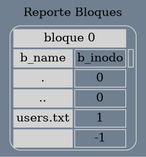
The Graphviz diagram reporteBloque.png in RamiroTelles/MIA_P1_202010044, before a commit. Its source is kept beside it as reporteBloque.dot. Source of this version:
```dot
digraph grid {
 bgcolor="slategrey";
 label=" Reporte Bloques ";
 layout=dot;
 labelloc = "t";
 edge [weight=1000 style=dashed color=red4 dir = "both" arrowtail=open arrowhead=open];
bloque0[shape=none, color=lightgrey, label=<
<TABLE cellspacing="3" cellpadding="2" style="rounded" >
<TR><TD bgcolor="lightgrey" colspan="2">bloque 0</TD></TR>
<TR><TD bgcolor="lightgrey">b_name</TD><TD>b_inodo</TD><TD></TD></TR>
<TR><TD bgcolor="lightgrey">.</TD><TD>0</TD></TR>
<TR><TD bgcolor="lightgrey">..</TD><TD>0</TD></TR>
<TR><TD bgcolor="lightgrey">users.txt</TD><TD>1</TD></TR>
<TR><TD bgcolor="lightgrey"></TD><TD>-1</TD></TR>
</TABLE>>];
}
```
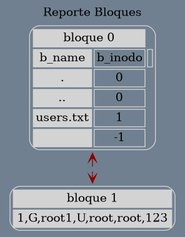
The same file after the commit.

Change to the diagram source:
```diff
@@ -13,4 +13,12 @@
 <TR><TD bgcolor="lightgrey">users.txt</TD><TD>1</TD></TR>
 <TR><TD bgcolor="lightgrey"></TD><TD>-1</TD></TR>
 </TABLE>>];
+bloque1[shape=none, color=lightgrey, label=<
+<TABLE cellspacing="3" cellpadding="2" style="rounded" >
+<TR><TD bgcolor="lightgrey" colspan="2">bloque 1</TD></TR>
+<TR><TD bgcolor="lightgrey" colspan="2">1,G,root
+1,U,root,root,123
+</TD></TR>
+</TABLE>>];
+bloque0 -> bloque1;
 }
```
